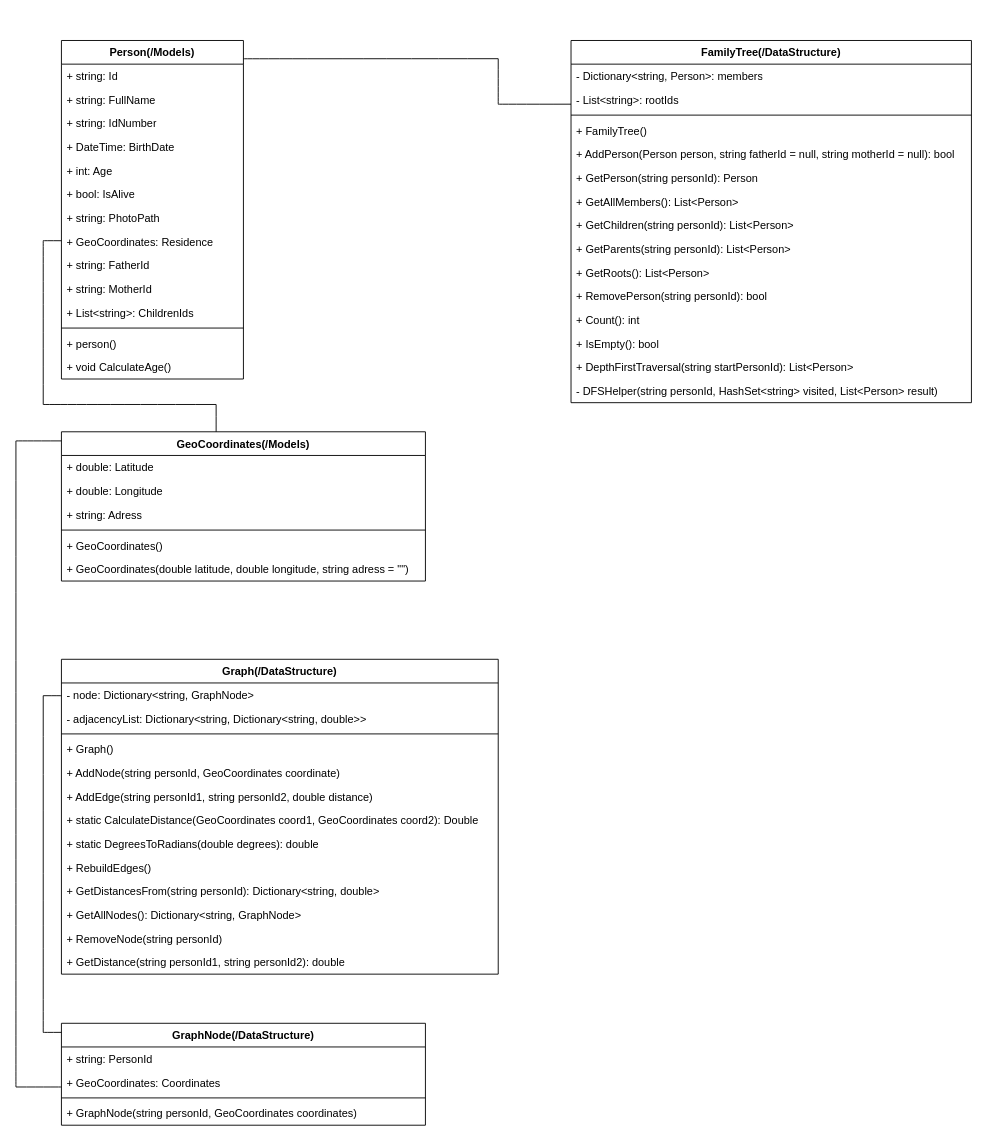
This is Alura/FamilyTreeCore.drawio from Alvaro-GF/Portafolio_Alura, a draw.io file, before an edit. Source tidied: cells renumbered, new cells numbered last; positions are measured from the earlier drawing's top-left corner, leaving out a move shared by most shapes. Both pictures are drawn from the tidied source at 91%, with x=0, y=0 at pixel (15, 40).
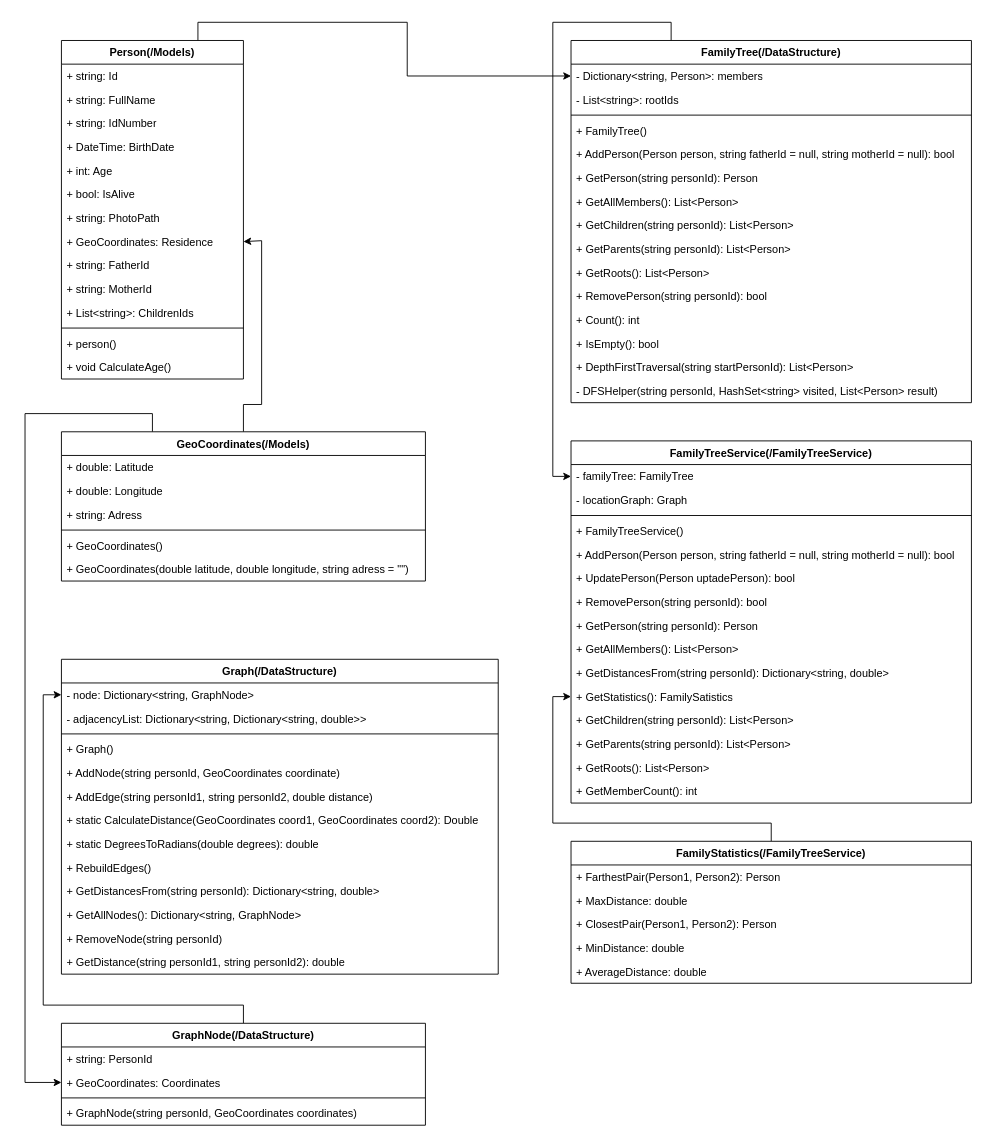
The same page after the edit.

Unchanged cells that the change refers to:
```xml
<mxCell id="2" value="Person(/Models)" style="swimlane;fontStyle=1;align=center;verticalAlign=top;horizontal=1;startSize=26;whiteSpace=wrap;html=1;" parent="1" vertex="1">
  <mxGeometry x="50" width="200" height="372" as="geometry" />
</mxCell>
<mxCell id="10" value="+ GeoCoordinates: Residence" style="text;strokeColor=none;fillColor=none;align=left;verticalAlign=top;spacingLeft=4;spacingRight=4;overflow=hidden;points=[[0,0.5],[1,0.5]];portConstraint=eastwest;whiteSpace=wrap;html=1;" parent="2" vertex="1">
  <mxGeometry y="208" width="200" height="26" as="geometry" />
</mxCell>
<mxCell id="17" value="GeoCoordinates(/Models)" style="swimlane;fontStyle=1;align=center;verticalAlign=top;horizontal=1;startSize=26;whiteSpace=wrap;html=1;" parent="1" vertex="1">
  <mxGeometry x="50" y="430" width="400" height="164" as="geometry" />
</mxCell>
<mxCell id="25" value="- node:&amp;nbsp;&lt;span style=&quot;background-color: transparent; color: light-dark(rgb(0, 0, 0), rgb(255, 255, 255));&quot;&gt;Dictionary&amp;lt;string, GraphNode&amp;gt;&lt;/span&gt;" style="text;strokeColor=none;fillColor=none;align=left;verticalAlign=top;spacingLeft=4;spacingRight=4;overflow=hidden;points=[[0,0.5],[1,0.5]];portConstraint=eastwest;whiteSpace=wrap;html=1;" parent="24" vertex="1">
  <mxGeometry y="26" width="480" height="26" as="geometry" />
</mxCell>
<mxCell id="43" value="GraphNode(/DataStructure)" style="swimlane;fontStyle=1;align=center;verticalAlign=top;horizontal=1;startSize=26;whiteSpace=wrap;html=1;" parent="1" vertex="1">
  <mxGeometry x="50" y="1080" width="400" height="112" as="geometry" />
</mxCell>
<mxCell id="45" value="+ GeoCoordinates: Coordinates" style="text;strokeColor=none;fillColor=none;align=left;verticalAlign=top;spacingLeft=4;spacingRight=4;overflow=hidden;points=[[0,0.5],[1,0.5]];portConstraint=eastwest;whiteSpace=wrap;html=1;" parent="43" vertex="1">
  <mxGeometry y="52" width="400" height="26" as="geometry" />
</mxCell>
<mxCell id="54" value="FamilyTree(/DataStructure)" style="swimlane;fontStyle=1;align=center;verticalAlign=top;horizontal=1;startSize=26;whiteSpace=wrap;html=1;" parent="1" vertex="1">
  <mxGeometry x="610" width="440" height="398" as="geometry" />
</mxCell>
<mxCell id="55" value="- Dictionary&amp;lt;string, Person&amp;gt;: members" style="text;strokeColor=none;fillColor=none;align=left;verticalAlign=top;spacingLeft=4;spacingRight=4;overflow=hidden;points=[[0,0.5],[1,0.5]];portConstraint=eastwest;whiteSpace=wrap;html=1;" parent="54" vertex="1">
  <mxGeometry y="26" width="440" height="26" as="geometry" />
</mxCell>
<mxCell id="56" value="- List&amp;lt;string&amp;gt;: rootIds" style="text;strokeColor=none;fillColor=none;align=left;verticalAlign=top;spacingLeft=4;spacingRight=4;overflow=hidden;points=[[0,0.5],[1,0.5]];portConstraint=eastwest;whiteSpace=wrap;html=1;" parent="54" vertex="1">
  <mxGeometry y="52" width="440" height="26" as="geometry" />
</mxCell>
```

Diff of the diagram source:
```diff
@@
+    <mxCell id="73" style="edgeStyle=orthogonalEdgeStyle;rounded=0;jettySize=auto;html=1;exitX=0.75;exitY=0;exitDx=0;exitDy=0;entryX=0;entryY=0.5;entryDx=0;entryDy=0;" parent="1" edge="1" source="2" target="55">
+      <mxGeometry relative="1" as="geometry" />
+    </mxCell>
@@
+    <mxCell id="74" style="edgeStyle=orthogonalEdgeStyle;rounded=0;jettySize=auto;html=1;exitX=0.5;exitY=0;exitDx=0;exitDy=0;entryX=1;entryY=0.5;entryDx=0;entryDy=0;" parent="1" edge="1" source="17" target="10">
+      <mxGeometry relative="1" as="geometry">
+        <Array as="points">
+          <mxPoint x="250" y="400" />
+          <mxPoint x="270" y="400" />
+          <mxPoint x="270" y="220" />
+          <mxPoint x="250" y="220" />
+        </Array>
+      </mxGeometry>
+    </mxCell>
+    <mxCell id="75" style="edgeStyle=orthogonalEdgeStyle;rounded=0;jettySize=auto;html=1;exitX=0.25;exitY=0;exitDx=0;exitDy=0;entryX=0;entryY=0.5;entryDx=0;entryDy=0;" parent="1" edge="1" source="17" target="45">
+      <mxGeometry relative="1" as="geometry">
+        <Array as="points">
+          <mxPoint x="150" y="410" />
+          <mxPoint x="10" y="410" />
+          <mxPoint x="10" y="1145" />
+        </Array>
+      </mxGeometry>
+    </mxCell>
@@
-    <mxCell id="38" style="group;" parent="1" vertex="1">
-      <mxGeometry x="30" y="220" width="190" height="180" as="geometry" />
-    </mxCell>
-    <mxCell id="39" style="endArrow=none;html=1;rounded=0;fontSize=12;startSize=8;endSize=8;curved=1;exitX=0.425;exitY=0;exitDx=0;exitDy=0;exitPerimeter=0;" parent="38" edge="1" source="17">
-      <mxGeometry relative="1" as="geometry">
-        <mxPoint x="190" y="180" as="targetPoint" />
-      </mxGeometry>
-    </mxCell>
-    <mxCell id="40" style="endArrow=none;html=1;rounded=0;fontSize=12;startSize=8;endSize=8;curved=1;" parent="38" edge="1">
-      <mxGeometry relative="1" as="geometry">
-        <mxPoint y="180" as="sourcePoint" />
-        <mxPoint x="190" y="180" as="targetPoint" />
-      </mxGeometry>
-    </mxCell>
-    <mxCell id="41" style="endArrow=none;html=1;rounded=0;fontSize=12;startSize=8;endSize=8;curved=1;" parent="38" edge="1">
-      <mxGeometry relative="1" as="geometry">
-        <mxPoint as="sourcePoint" />
-        <mxPoint y="180" as="targetPoint" />
-      </mxGeometry>
-    </mxCell>
-    <mxCell id="42" style="endArrow=none;html=1;rounded=0;fontSize=12;startSize=8;endSize=8;curved=1;entryX=0;entryY=0.462;entryDx=0;entryDy=0;entryPerimeter=0;" parent="38" edge="1" target="10">
-      <mxGeometry relative="1" as="geometry">
-        <mxPoint as="sourcePoint" />
-      </mxGeometry>
-    </mxCell>
+    <mxCell id="76" style="edgeStyle=orthogonalEdgeStyle;rounded=0;jettySize=auto;html=1;exitX=0.5;exitY=0;exitDx=0;exitDy=0;" parent="1" edge="1" source="43" target="25">
+      <mxGeometry relative="1" as="geometry">
+        <Array as="points">
+          <mxPoint x="250" y="1060" />
+          <mxPoint x="30" y="1060" />
+          <mxPoint x="30" y="719" />
+        </Array>
+      </mxGeometry>
+    </mxCell>
@@
-    <mxCell id="48" style="endArrow=none;html=1;rounded=0;fontSize=12;startSize=8;endSize=8;curved=1;" parent="1" edge="1">
-      <mxGeometry relative="1" as="geometry">
-        <mxPoint y="1150" as="sourcePoint" />
-        <mxPoint y="440" as="targetPoint" />
-      </mxGeometry>
-    </mxCell>
-    <mxCell id="49" style="endArrow=none;html=1;rounded=0;fontSize=12;startSize=8;endSize=8;curved=1;entryX=0;entryY=0.061;entryDx=0;entryDy=0;entryPerimeter=0;" parent="1" edge="1" target="17">
-      <mxGeometry relative="1" as="geometry">
-        <mxPoint y="440" as="sourcePoint" />
-      </mxGeometry>
-    </mxCell>
-    <mxCell id="50" style="endArrow=none;html=1;rounded=0;fontSize=12;startSize=8;endSize=8;curved=1;exitX=0;exitY=0.692;exitDx=0;exitDy=0;exitPerimeter=0;" parent="1" edge="1" source="45">
-      <mxGeometry relative="1" as="geometry">
-        <mxPoint y="1150" as="targetPoint" />
-      </mxGeometry>
-    </mxCell>
-    <mxCell id="51" style="endArrow=none;html=1;rounded=0;fontSize=12;startSize=8;endSize=8;curved=1;" parent="1" edge="1">
-      <mxGeometry relative="1" as="geometry">
-        <mxPoint x="30" y="1090" as="sourcePoint" />
-        <mxPoint x="30" y="720" as="targetPoint" />
-      </mxGeometry>
-    </mxCell>
-    <mxCell id="52" style="endArrow=none;html=1;rounded=0;fontSize=12;startSize=8;endSize=8;curved=1;" parent="1" edge="1">
-      <mxGeometry relative="1" as="geometry">
-        <mxPoint x="50" y="720" as="sourcePoint" />
-        <mxPoint x="30" y="720" as="targetPoint" />
-      </mxGeometry>
-    </mxCell>
-    <mxCell id="53" style="endArrow=none;html=1;rounded=0;fontSize=12;startSize=8;endSize=8;curved=1;entryX=0;entryY=0.089;entryDx=0;entryDy=0;entryPerimeter=0;" parent="1" edge="1" target="43">
-      <mxGeometry relative="1" as="geometry">
-        <mxPoint x="30" y="1090" as="sourcePoint" />
-      </mxGeometry>
-    </mxCell>
+    <mxCell id="77" style="edgeStyle=orthogonalEdgeStyle;rounded=0;jettySize=auto;html=1;exitX=0.25;exitY=0;exitDx=0;exitDy=0;entryX=0;entryY=0.5;entryDx=0;entryDy=0;" parent="1" edge="1" source="54" target="79">
+      <mxGeometry relative="1" as="geometry">
+        <Array as="points">
+          <mxPoint x="720" y="-20" />
+          <mxPoint x="590" y="-20" />
+          <mxPoint x="590" y="479" />
+        </Array>
+      </mxGeometry>
+    </mxCell>
@@
-    <mxCell id="70" style="endArrow=none;html=1;rounded=0;fontSize=12;startSize=8;endSize=8;curved=1;exitX=1;exitY=0.054;exitDx=0;exitDy=0;exitPerimeter=0;" parent="1" edge="1" source="2">
-      <mxGeometry relative="1" as="geometry">
-        <mxPoint x="530" y="20" as="targetPoint" />
-      </mxGeometry>
-    </mxCell>
-    <mxCell id="71" style="endArrow=none;html=1;rounded=0;fontSize=12;startSize=8;endSize=8;curved=1;" parent="1" edge="1">
-      <mxGeometry relative="1" as="geometry">
-        <mxPoint x="530" y="70" as="sourcePoint" />
-        <mxPoint x="530" y="20" as="targetPoint" />
-      </mxGeometry>
-    </mxCell>
-    <mxCell id="72" style="endArrow=none;html=1;rounded=0;fontSize=12;startSize=8;endSize=8;curved=1;entryX=0;entryY=0.692;entryDx=0;entryDy=0;entryPerimeter=0;" parent="1" edge="1" target="56">
-      <mxGeometry relative="1" as="geometry">
-        <mxPoint x="530" y="70" as="sourcePoint" />
-      </mxGeometry>
-    </mxCell>
+    <mxCell id="78" value="FamilyTreeService(/FamilyTreeService)" style="swimlane;fontStyle=1;align=center;verticalAlign=top;horizontal=1;startSize=26;whiteSpace=wrap;html=1;" parent="1" vertex="1">
+      <mxGeometry x="610" y="440" width="440" height="398" as="geometry" />
+    </mxCell>
+    <mxCell id="79" value="- familyTree: FamilyTree" style="text;strokeColor=none;fillColor=none;align=left;verticalAlign=top;spacingLeft=4;spacingRight=4;overflow=hidden;points=[[0,0.5],[1,0.5]];portConstraint=eastwest;whiteSpace=wrap;html=1;" parent="78" vertex="1">
+      <mxGeometry y="26" width="440" height="26" as="geometry" />
+    </mxCell>
+    <mxCell id="80" value="- locationGraph: Graph" style="text;strokeColor=none;fillColor=none;align=left;verticalAlign=top;spacingLeft=4;spacingRight=4;overflow=hidden;whiteSpace=wrap;html=1;" parent="78" vertex="1">
+      <mxGeometry y="52" width="440" height="26" as="geometry" />
+    </mxCell>
+    <mxCell id="81" style="line;strokeWidth=1;fillColor=none;align=left;verticalAlign=middle;spacingTop=-1;spacingLeft=3;spacingRight=3;labelPosition=right;strokeColor=inherit;" parent="78" vertex="1">
+      <mxGeometry y="78" width="440" height="8" as="geometry" />
+    </mxCell>
+    <mxCell id="82" value="+ FamilyTreeService()" style="text;strokeColor=none;fillColor=none;align=left;verticalAlign=top;spacingLeft=4;spacingRight=4;overflow=hidden;whiteSpace=wrap;html=1;" parent="78" vertex="1">
+      <mxGeometry y="86" width="440" height="26" as="geometry" />
+    </mxCell>
+    <mxCell id="83" value="+ AddPerson(Person person, string fatherId = null, string motherId = null): bool" style="text;strokeColor=none;fillColor=none;align=left;verticalAlign=top;spacingLeft=4;spacingRight=4;overflow=hidden;whiteSpace=wrap;html=1;" parent="78" vertex="1">
+      <mxGeometry y="112" width="440" height="26" as="geometry" />
+    </mxCell>
+    <mxCell id="84" value="+ UpdatePerson(Person uptadePerson): bool" style="text;strokeColor=none;fillColor=none;align=left;verticalAlign=top;spacingLeft=4;spacingRight=4;overflow=hidden;whiteSpace=wrap;html=1;" parent="78" vertex="1">
+      <mxGeometry y="138" width="440" height="26" as="geometry" />
+    </mxCell>
+    <mxCell id="85" value="+ RemovePerson(string personId): bool" style="text;strokeColor=none;fillColor=none;align=left;verticalAlign=top;spacingLeft=4;spacingRight=4;overflow=hidden;whiteSpace=wrap;html=1;" parent="78" vertex="1">
+      <mxGeometry y="164" width="440" height="26" as="geometry" />
+    </mxCell>
+    <mxCell id="86" value="+ GetPerson(string personId): Person" style="text;strokeColor=none;fillColor=none;align=left;verticalAlign=top;spacingLeft=4;spacingRight=4;overflow=hidden;whiteSpace=wrap;html=1;" parent="78" vertex="1">
+      <mxGeometry y="190" width="440" height="26" as="geometry" />
+    </mxCell>
+    <mxCell id="87" value="+ GetAllMembers(): List&amp;lt;Person&amp;gt;" style="text;strokeColor=none;fillColor=none;align=left;verticalAlign=top;spacingLeft=4;spacingRight=4;overflow=hidden;whiteSpace=wrap;html=1;" parent="78" vertex="1">
+      <mxGeometry y="216" width="440" height="26" as="geometry" />
+    </mxCell>
+    <mxCell id="88" value="+ GetDistancesFrom(string personId): Dictionary&amp;lt;string, double&amp;gt;" style="text;strokeColor=none;fillColor=none;align=left;verticalAlign=top;spacingLeft=4;spacingRight=4;overflow=hidden;whiteSpace=wrap;html=1;" parent="78" vertex="1">
+      <mxGeometry y="242" width="440" height="26" as="geometry" />
+    </mxCell>
+    <mxCell id="89" value="+ GetStatistics(): FamilySatistics" style="text;strokeColor=none;fillColor=none;align=left;verticalAlign=top;spacingLeft=4;spacingRight=4;overflow=hidden;points=[[0,0.5],[1,0.5]];portConstraint=eastwest;whiteSpace=wrap;html=1;" parent="78" vertex="1">
+      <mxGeometry y="268" width="440" height="26" as="geometry" />
+    </mxCell>
+    <mxCell id="90" value="+ GetChildren(string personId): List&amp;lt;Person&amp;gt;" style="text;strokeColor=none;fillColor=none;align=left;verticalAlign=top;spacingLeft=4;spacingRight=4;overflow=hidden;whiteSpace=wrap;html=1;" parent="78" vertex="1">
+      <mxGeometry y="294" width="440" height="26" as="geometry" />
+    </mxCell>
+    <mxCell id="91" value="+ GetParents(string personId): List&amp;lt;Person&amp;gt;" style="text;strokeColor=none;fillColor=none;align=left;verticalAlign=top;spacingLeft=4;spacingRight=4;overflow=hidden;whiteSpace=wrap;html=1;" parent="78" vertex="1">
+      <mxGeometry y="320" width="440" height="26" as="geometry" />
+    </mxCell>
+    <mxCell id="92" value="+ GetRoots(): List&amp;lt;Person&amp;gt;" style="text;strokeColor=none;fillColor=none;align=left;verticalAlign=top;spacingLeft=4;spacingRight=4;overflow=hidden;whiteSpace=wrap;html=1;" parent="78" vertex="1">
+      <mxGeometry y="346" width="440" height="26" as="geometry" />
+    </mxCell>
+    <mxCell id="93" value="+ GetMemberCount(): int" style="text;strokeColor=none;fillColor=none;align=left;verticalAlign=top;spacingLeft=4;spacingRight=4;overflow=hidden;whiteSpace=wrap;html=1;" parent="78" vertex="1">
+      <mxGeometry y="372" width="440" height="26" as="geometry" />
+    </mxCell>
+    <mxCell id="94" style="edgeStyle=orthogonalEdgeStyle;rounded=0;jettySize=auto;html=1;exitX=0.5;exitY=0;exitDx=0;exitDy=0;entryX=0;entryY=0.5;entryDx=0;entryDy=0;" parent="1" edge="1" source="95" target="89">
+      <mxGeometry relative="1" as="geometry">
+        <Array as="points">
+          <mxPoint x="830" y="860" />
+          <mxPoint x="590" y="860" />
+          <mxPoint x="590" y="721" />
+        </Array>
+      </mxGeometry>
+    </mxCell>
+    <mxCell id="95" value="FamilyStatistics(/FamilyTreeService)" style="swimlane;fontStyle=1;align=center;verticalAlign=top;horizontal=1;startSize=26;whiteSpace=wrap;html=1;" parent="1" vertex="1">
+      <mxGeometry x="610" y="880" width="440" height="156" as="geometry" />
+    </mxCell>
+    <mxCell id="96" value="+ FarthestPair(Person1, Person2): Person" style="text;strokeColor=none;fillColor=none;align=left;verticalAlign=top;spacingLeft=4;spacingRight=4;overflow=hidden;whiteSpace=wrap;html=1;" parent="95" vertex="1">
+      <mxGeometry y="26" width="440" height="26" as="geometry" />
+    </mxCell>
+    <mxCell id="97" value="+ MaxDistance: double" style="text;strokeColor=none;fillColor=none;align=left;verticalAlign=top;spacingLeft=4;spacingRight=4;overflow=hidden;whiteSpace=wrap;html=1;" parent="95" vertex="1">
+      <mxGeometry y="52" width="440" height="26" as="geometry" />
+    </mxCell>
+    <mxCell id="98" value="+ ClosestPair(Person1, Person2): Person" style="text;strokeColor=none;fillColor=none;align=left;verticalAlign=top;spacingLeft=4;spacingRight=4;overflow=hidden;whiteSpace=wrap;html=1;" parent="95" vertex="1">
+      <mxGeometry y="78" width="440" height="26" as="geometry" />
+    </mxCell>
+    <mxCell id="99" value="+ MinDistance: double" style="text;strokeColor=none;fillColor=none;align=left;verticalAlign=top;spacingLeft=4;spacingRight=4;overflow=hidden;whiteSpace=wrap;html=1;" parent="95" vertex="1">
+      <mxGeometry y="104" width="440" height="26" as="geometry" />
+    </mxCell>
+    <mxCell id="100" value="+ AverageDistance: double" style="text;strokeColor=none;fillColor=none;align=left;verticalAlign=top;spacingLeft=4;spacingRight=4;overflow=hidden;whiteSpace=wrap;html=1;" parent="95" vertex="1">
+      <mxGeometry y="130" width="440" height="26" as="geometry" />
+    </mxCell>
```
